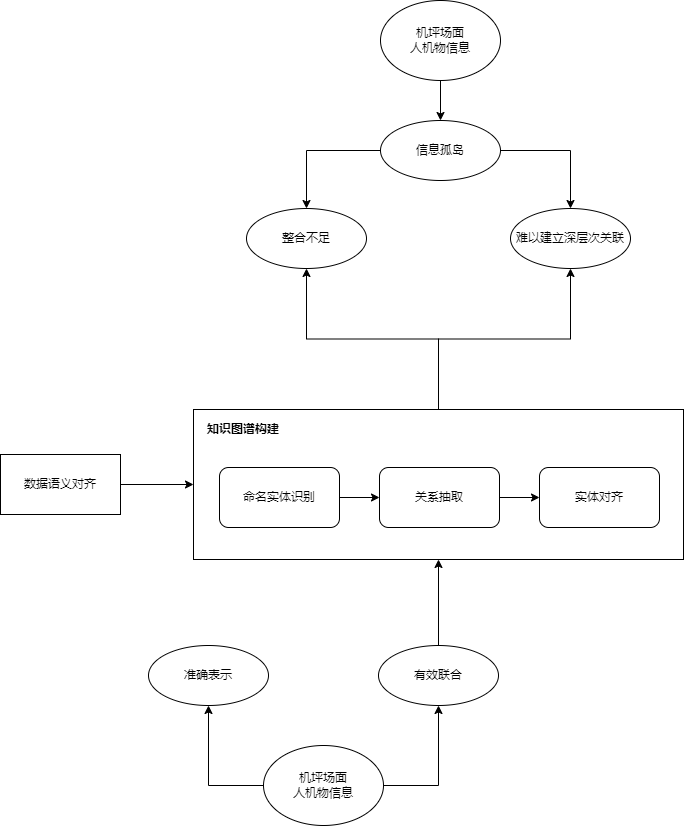
Before: NSFC-KG.drawio.png, a diagram exported from draw.io (ff0820/drawio). Source tidied: cells renumbered, new cells last; positions are measured from the earlier drawing's top-left corner, leaving out a move shared by most shapes. The source it was exported from:
```xml
<mxGraphModel>
  <root>
    <mxCell id="0" />
    <mxCell id="1" parent="0" />
    <mxCell id="2" style="edgeStyle=orthogonalEdgeStyle;rounded=0;jettySize=auto;html=1;exitX=1;exitY=0.5;exitDx=0;exitDy=0;entryX=0;entryY=0.5;entryDx=0;entryDy=0;" parent="1" edge="1" source="3" target="18">
      <mxGeometry relative="1" as="geometry" />
    </mxCell>
    <mxCell id="3" value="数据语义对齐" style="rounded=0;whiteSpace=wrap;html=1;" parent="1" vertex="1">
      <mxGeometry y="454" width="120" height="60" as="geometry" />
    </mxCell>
    <mxCell id="4" style="edgeStyle=orthogonalEdgeStyle;rounded=0;jettySize=auto;html=1;exitX=0;exitY=0.5;exitDx=0;exitDy=0;entryX=0.5;entryY=1;entryDx=0;entryDy=0;" parent="1" edge="1" source="6" target="9">
      <mxGeometry relative="1" as="geometry" />
    </mxCell>
    <mxCell id="5" style="edgeStyle=orthogonalEdgeStyle;rounded=0;jettySize=auto;html=1;exitX=1;exitY=0.5;exitDx=0;exitDy=0;entryX=0.5;entryY=1;entryDx=0;entryDy=0;" parent="1" edge="1" source="6" target="8">
      <mxGeometry relative="1" as="geometry" />
    </mxCell>
    <mxCell id="6" value="机坪场面&lt;br&gt;人机物信息" style="ellipse;whiteSpace=wrap;html=1;" parent="1" vertex="1">
      <mxGeometry x="263" y="745" width="120" height="80" as="geometry" />
    </mxCell>
    <mxCell id="7" style="edgeStyle=orthogonalEdgeStyle;rounded=0;jettySize=auto;html=1;exitX=0.5;exitY=0;exitDx=0;exitDy=0;entryX=0.5;entryY=1;entryDx=0;entryDy=0;" parent="1" edge="1" source="8" target="18">
      <mxGeometry relative="1" as="geometry" />
    </mxCell>
    <mxCell id="8" value="有效联合" style="ellipse;whiteSpace=wrap;html=1;" parent="1" vertex="1">
      <mxGeometry x="378" y="645" width="120" height="60" as="geometry" />
    </mxCell>
    <mxCell id="9" value="准确表示" style="ellipse;whiteSpace=wrap;html=1;" parent="1" vertex="1">
      <mxGeometry x="148" y="645" width="120" height="60" as="geometry" />
    </mxCell>
    <mxCell id="10" style="edgeStyle=orthogonalEdgeStyle;rounded=0;jettySize=auto;html=1;" parent="1" edge="1" source="11" target="14">
      <mxGeometry relative="1" as="geometry" />
    </mxCell>
    <mxCell id="11" value="机坪场面&lt;br&gt;人机物信息" style="ellipse;whiteSpace=wrap;html=1;" parent="1" vertex="1">
      <mxGeometry x="380" width="120" height="80" as="geometry" />
    </mxCell>
    <mxCell id="12" style="edgeStyle=orthogonalEdgeStyle;rounded=0;jettySize=auto;html=1;exitX=0;exitY=0.5;exitDx=0;exitDy=0;entryX=0.5;entryY=0;entryDx=0;entryDy=0;" parent="1" edge="1" source="14" target="15">
      <mxGeometry relative="1" as="geometry" />
    </mxCell>
    <mxCell id="13" style="edgeStyle=orthogonalEdgeStyle;rounded=0;jettySize=auto;html=1;exitX=1;exitY=0.5;exitDx=0;exitDy=0;entryX=0.5;entryY=0;entryDx=0;entryDy=0;" parent="1" edge="1" source="14" target="16">
      <mxGeometry relative="1" as="geometry" />
    </mxCell>
    <mxCell id="14" value="&lt;span&gt;信息孤岛&lt;/span&gt;" style="ellipse;whiteSpace=wrap;html=1;" parent="1" vertex="1">
      <mxGeometry x="380" y="120" width="120" height="60" as="geometry" />
    </mxCell>
    <mxCell id="15" value="整合不足" style="ellipse;whiteSpace=wrap;html=1;" parent="1" vertex="1">
      <mxGeometry x="246" y="208" width="120" height="60" as="geometry" />
    </mxCell>
    <mxCell id="16" value="难以建立深层次关联" style="ellipse;whiteSpace=wrap;html=1;" parent="1" vertex="1">
      <mxGeometry x="510" y="208" width="120" height="60" as="geometry" />
    </mxCell>
    <mxCell id="17" style="group;" parent="1" vertex="1">
      <mxGeometry x="193" y="409" width="490" height="150" as="geometry" />
    </mxCell>
    <mxCell id="18" style="rounded=0;whiteSpace=wrap;html=1;align=left;" parent="17" vertex="1">
      <mxGeometry width="490" height="150" as="geometry" />
    </mxCell>
    <mxCell id="19" value="命名实体识别" style="rounded=1;whiteSpace=wrap;html=1;" parent="17" vertex="1">
      <mxGeometry x="26" y="58" width="120" height="60" as="geometry" />
    </mxCell>
    <mxCell id="20" value="关系抽取" style="rounded=1;whiteSpace=wrap;html=1;" parent="17" vertex="1">
      <mxGeometry x="186" y="58" width="120" height="60" as="geometry" />
    </mxCell>
    <mxCell id="21" style="edgeStyle=orthogonalEdgeStyle;rounded=0;jettySize=auto;html=1;exitX=1;exitY=0.5;exitDx=0;exitDy=0;entryX=0;entryY=0.5;entryDx=0;entryDy=0;" parent="17" edge="1" source="19" target="20">
      <mxGeometry relative="1" as="geometry" />
    </mxCell>
    <mxCell id="22" value="实体对齐" style="rounded=1;whiteSpace=wrap;html=1;" parent="17" vertex="1">
      <mxGeometry x="346" y="58" width="120" height="60" as="geometry" />
    </mxCell>
    <mxCell id="23" style="edgeStyle=orthogonalEdgeStyle;rounded=0;jettySize=auto;html=1;exitX=1;exitY=0.5;exitDx=0;exitDy=0;" parent="17" edge="1" source="20" target="22">
      <mxGeometry relative="1" as="geometry" />
    </mxCell>
    <mxCell id="24" value="&lt;b&gt;知识图谱构建&lt;/b&gt;" style="text;html=1;strokeColor=none;fillColor=none;align=center;verticalAlign=middle;whiteSpace=wrap;rounded=0;" parent="17" vertex="1">
      <mxGeometry width="100" height="40" as="geometry" />
    </mxCell>
    <mxCell id="25" style="edgeStyle=orthogonalEdgeStyle;rounded=0;jettySize=auto;html=1;exitX=0.5;exitY=0;exitDx=0;exitDy=0;entryX=0.5;entryY=1;entryDx=0;entryDy=0;" parent="1" edge="1" source="18" target="15">
      <mxGeometry relative="1" as="geometry" />
    </mxCell>
    <mxCell id="26" style="edgeStyle=orthogonalEdgeStyle;rounded=0;jettySize=auto;html=1;exitX=0.5;exitY=0;exitDx=0;exitDy=0;" parent="1" edge="1" source="18" target="16">
      <mxGeometry relative="1" as="geometry" />
    </mxCell>
  </root>
</mxGraphModel>
```
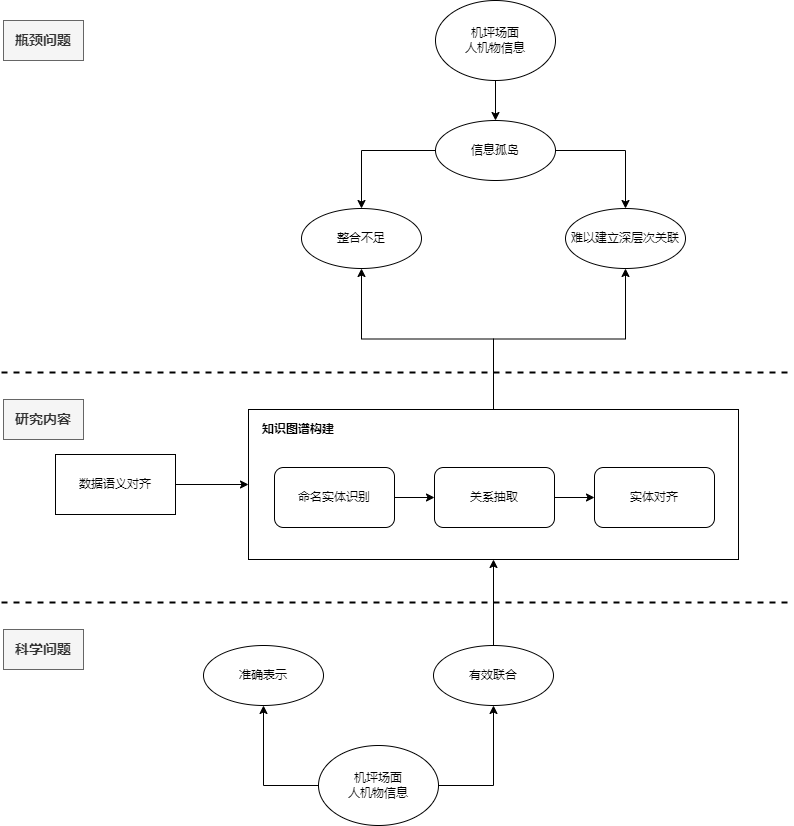
Above is the later version.

What changed in the source:
```diff
@@ -2,6 +2,12 @@
   <root>
     <mxCell id="0" />
     <mxCell id="1" parent="0" />
+    <mxCell id="27" style="endArrow=none;dashed=1;html=1;strokeWidth=2;rounded=0;" parent="1" edge="1">
+      <mxGeometry relative="1" as="geometry">
+        <mxPoint x="-54" y="602" as="sourcePoint" />
+        <mxPoint x="736" y="602" as="targetPoint" />
+      </mxGeometry>
+    </mxCell>
     <mxCell id="2" style="edgeStyle=orthogonalEdgeStyle;rounded=0;jettySize=auto;html=1;exitX=1;exitY=0.5;exitDx=0;exitDy=0;entryX=0;entryY=0.5;entryDx=0;entryDy=0;" parent="1" edge="1" source="3" target="18">
       <mxGeometry relative="1" as="geometry" />
     </mxCell>
@@ -77,5 +83,20 @@
     <mxCell id="26" style="edgeStyle=orthogonalEdgeStyle;rounded=0;jettySize=auto;html=1;exitX=0.5;exitY=0;exitDx=0;exitDy=0;" parent="1" edge="1" source="18" target="16">
       <mxGeometry relative="1" as="geometry" />
     </mxCell>
+    <mxCell id="28" style="endArrow=none;dashed=1;html=1;strokeWidth=2;rounded=0;" parent="1" edge="1">
+      <mxGeometry relative="1" as="geometry">
+        <mxPoint x="-54" y="372" as="sourcePoint" />
+        <mxPoint x="736" y="372" as="targetPoint" />
+      </mxGeometry>
+    </mxCell>
+    <mxCell id="29" value="&lt;font style=&quot;font-size: 14px&quot;&gt;&lt;b&gt;瓶颈问题&lt;/b&gt;&lt;/font&gt;" style="text;html=1;strokeColor=#666666;fillColor=#f5f5f5;align=center;verticalAlign=middle;whiteSpace=wrap;rounded=0;fontColor=#333333;" parent="1" vertex="1">
+      <mxGeometry x="-52" y="20" width="80" height="40" as="geometry" />
+    </mxCell>
+    <mxCell id="30" value="&lt;font style=&quot;font-size: 14px&quot;&gt;&lt;b&gt;研究内容&lt;/b&gt;&lt;/font&gt;" style="text;html=1;strokeColor=#666666;fillColor=#f5f5f5;align=center;verticalAlign=middle;whiteSpace=wrap;rounded=0;fontColor=#333333;" parent="1" vertex="1">
+      <mxGeometry x="-52" y="399" width="80" height="40" as="geometry" />
+    </mxCell>
+    <mxCell id="31" value="&lt;font style=&quot;font-size: 14px&quot;&gt;&lt;b&gt;科学问题&lt;/b&gt;&lt;/font&gt;" style="text;html=1;strokeColor=#666666;fillColor=#f5f5f5;align=center;verticalAlign=middle;whiteSpace=wrap;rounded=0;fontColor=#333333;" parent="1" vertex="1">
+      <mxGeometry x="-52" y="629" width="80" height="40" as="geometry" />
+    </mxCell>
   </root>
 </mxGraphModel>
```
